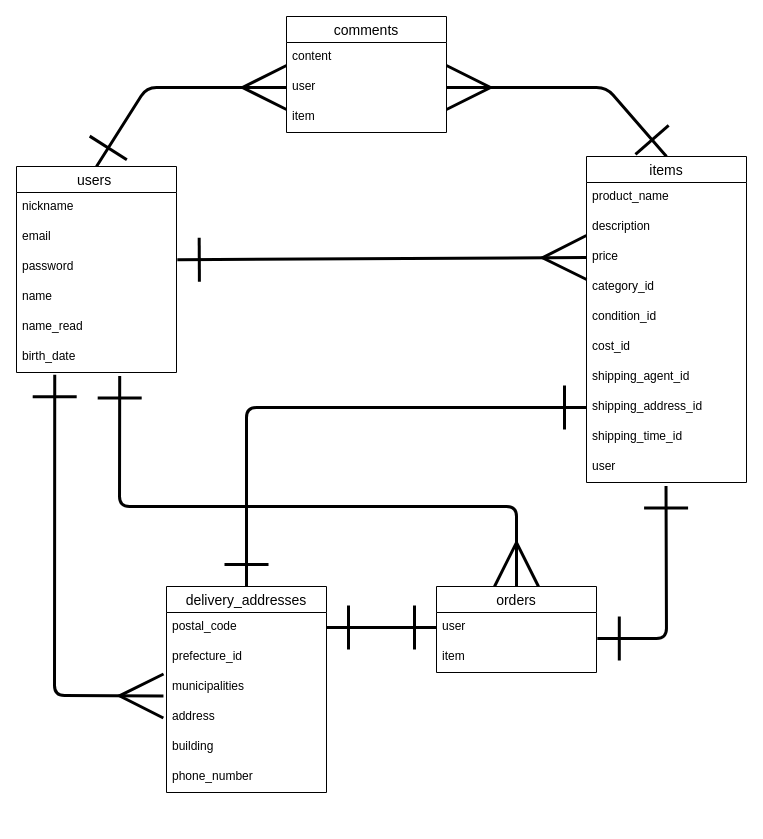
umetoyama/furima-37362 keeps this draw.io diagram as ER.dio. Above is the earlier version. Source tidied: cells renumbered, new cells numbered last; positions are measured from the earlier drawing's top-left corner, leaving out a move shared by most shapes. Both pictures are drawn from the tidied source at 100%, with x=0, y=0 at pixel (16, 16).
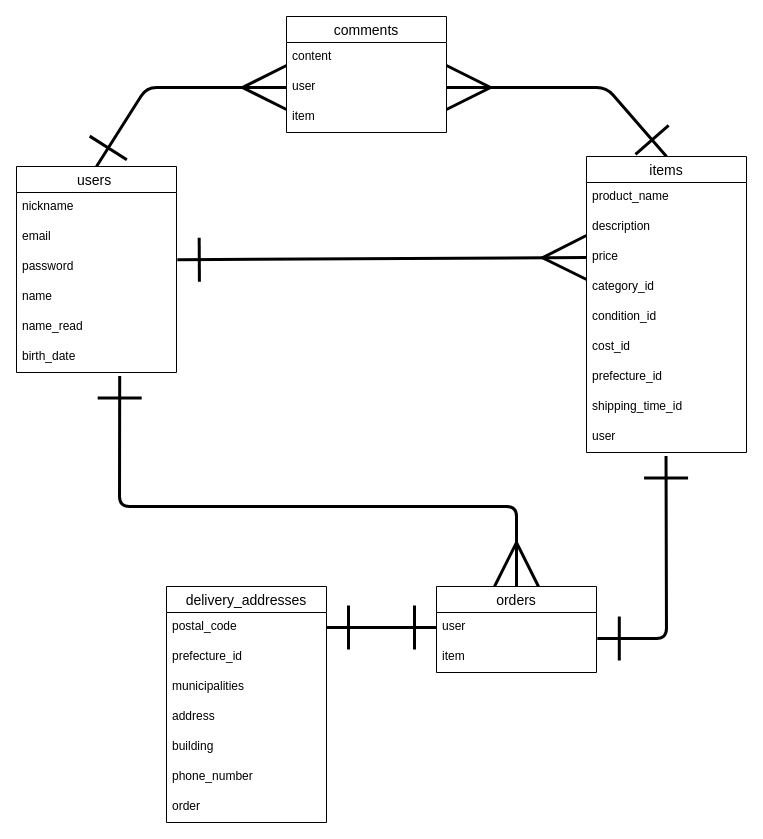
After the change.

Commit message (it also covers changes not shown here):
データベース設計 修正#2

Unchanged cells that the change refers to:
```xml
<mxCell id="10" value="birth_date" style="text;strokeColor=none;fillColor=none;spacingLeft=4;spacingRight=4;overflow=hidden;points=[[0,0.5],[1,0.5]];portConstraint=eastwest;fontSize=12;" parent="4" vertex="1">
  <mxGeometry y="176" width="160" height="30" as="geometry" />
</mxCell>
<mxCell id="34" value="municipalities" style="text;strokeColor=none;fillColor=none;spacingLeft=4;spacingRight=4;overflow=hidden;points=[[0,0.5],[1,0.5]];portConstraint=eastwest;fontSize=12;" parent="31" vertex="1">
  <mxGeometry y="86" width="160" height="30" as="geometry" />
</mxCell>
```

Change to the diagram source:
```diff
@@
     <mxCell id="12" value="items" style="swimlane;fontStyle=0;horizontal=1;startSize=26;align=center;fontSize=14;" parent="1" vertex="1">
-      <mxGeometry x="570" y="140" width="160" height="326" as="geometry" />
+      <mxGeometry x="570" y="140" width="160" height="296" as="geometry" />
     </mxCell>
@@
-    <mxCell id="19" value="shipping_agent_id" style="text;strokeColor=none;fillColor=none;spacingLeft=4;spacingRight=4;overflow=hidden;fontSize=12;" parent="12" vertex="1">
+    <mxCell id="19" value="prefecture_id" style="text;strokeColor=none;fillColor=none;spacingLeft=4;spacingRight=4;overflow=hidden;fontSize=12;" parent="12" vertex="1">
       <mxGeometry y="206" width="160" height="30" as="geometry" />
     </mxCell>
-    <mxCell id="20" value="shipping_address_id" style="text;strokeColor=none;fillColor=none;spacingLeft=4;spacingRight=4;overflow=hidden;points=[[0,0.5],[1,0.5]];portConstraint=eastwest;fontSize=12;" parent="12" vertex="1">
-      <mxGeometry y="236" width="160" height="30" as="geometry" />
-    </mxCell>
     <mxCell id="21" value="shipping_time_id" style="text;strokeColor=none;fillColor=none;spacingLeft=4;spacingRight=4;overflow=hidden;fontSize=12;" parent="12" vertex="1">
-      <mxGeometry y="266" width="160" height="30" as="geometry" />
+      <mxGeometry y="236" width="160" height="30" as="geometry" />
     </mxCell>
     <mxCell id="22" value="user" style="text;strokeColor=none;fillColor=none;spacingLeft=4;spacingRight=4;overflow=hidden;points=[[0,0.5],[1,0.5]];portConstraint=eastwest;fontSize=12;" parent="12" vertex="1">
-      <mxGeometry y="296" width="160" height="30" as="geometry" />
+      <mxGeometry y="266" width="160" height="30" as="geometry" />
     </mxCell>
@@
     <mxCell id="31" value="delivery_addresses" style="swimlane;fontStyle=0;horizontal=1;startSize=26;align=center;fontSize=14;" parent="1" vertex="1">
-      <mxGeometry x="150" y="570" width="160" height="206" as="geometry" />
+      <mxGeometry x="150" y="570" width="160" height="236" as="geometry" />
     </mxCell>
@@
+    <mxCell id="42" value="order" style="text;strokeColor=none;fillColor=none;spacingLeft=4;spacingRight=4;overflow=hidden;fontSize=12;" parent="31" vertex="1">
+      <mxGeometry y="206" width="160" height="30" as="geometry" />
+    </mxCell>
@@
-    <mxCell id="39" style="edgeStyle=none;html=1;exitX=0.239;exitY=1.075;exitDx=0;exitDy=0;entryX=-0.019;entryY=0.783;entryDx=0;entryDy=0;entryPerimeter=0;startArrow=ERone;startFill=0;endArrow=ERmany;endFill=0;startSize=40;endSize=40;strokeWidth=3;exitPerimeter=0;" parent="1" edge="1" source="10" target="34">
-      <mxGeometry relative="1" as="geometry">
-        <Array as="points">
-          <mxPoint x="38" y="679" />
-        </Array>
-      </mxGeometry>
-    </mxCell>
-    <mxCell id="40" style="edgeStyle=none;html=1;exitX=0;exitY=0.5;exitDx=0;exitDy=0;entryX=0.5;entryY=0;entryDx=0;entryDy=0;startArrow=ERone;startFill=0;endArrow=ERone;endFill=0;startSize=40;endSize=40;strokeWidth=3;" parent="1" edge="1" source="20" target="31">
-      <mxGeometry relative="1" as="geometry">
-        <Array as="points">
-          <mxPoint x="230" y="391" />
-        </Array>
-      </mxGeometry>
-    </mxCell>
```
